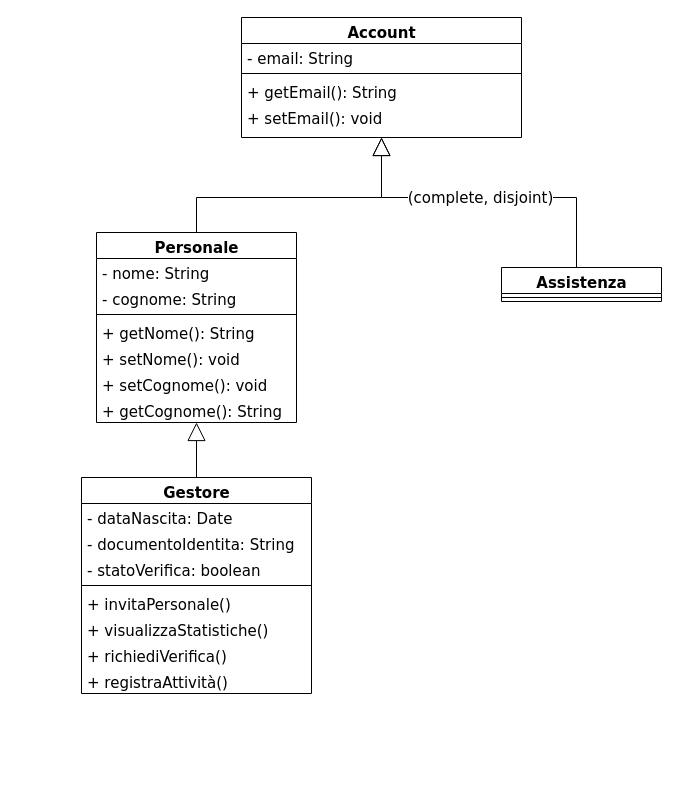
Above: page "Account" (2 of 6) of Dettaglio.drawio in Marco-Burattoni/Progetto-ids (draw.io), before the change. Source tidied: cells renumbered, new cells numbered last; positions are measured from the earlier drawing's top-left corner, leaving out a move shared by most shapes. Both pictures are drawn from the tidied source at 100%, with x=0, y=0 at pixel (81, 17).
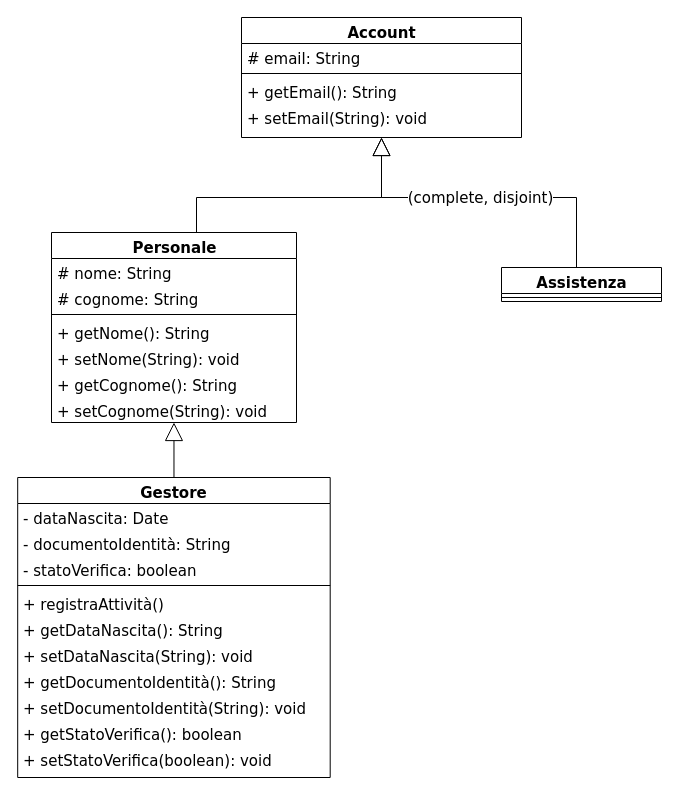
The same page after the edit.

Unchanged cells that the change refers to:
```xml
<mxCell id="19" value="Account" style="swimlane;html=1;fontStyle=1;align=center;verticalAlign=top;horizontal=1;startSize=26;swimlaneFillColor=#ffffff;rounded=0;shadow=0;comic=0;labelBackgroundColor=none;strokeWidth=1;fillColor=none;fontFamily=Verdana;fontSize=15;" parent="1" vertex="1">
  <mxGeometry x="160" width="280" height="120" as="geometry" />
</mxCell>
```

The edit, as a diff of the source:
```diff
@@
     <mxCell id="2" value="Personale" style="swimlane;html=1;fontStyle=1;align=center;verticalAlign=top;horizontal=1;startSize=26;swimlaneFillColor=#ffffff;rounded=0;shadow=0;comic=0;labelBackgroundColor=none;strokeWidth=1;fillColor=none;fontFamily=Verdana;fontSize=15;" parent="1" vertex="1">
-      <mxGeometry x="15" y="215" width="200" height="190" as="geometry" />
+      <mxGeometry x="-30" y="215" width="245" height="190" as="geometry" />
     </mxCell>
-    <mxCell id="3" value="- nome: String" style="text;html=1;strokeColor=none;fillColor=none;align=left;verticalAlign=top;spacingLeft=4;spacingRight=4;whiteSpace=wrap;overflow=hidden;fontSize=15;fontFamily=Verdana;" parent="2" vertex="1">
-      <mxGeometry y="26" width="200" height="26" as="geometry" />
+    <mxCell id="3" value="# nome: String" style="text;html=1;strokeColor=none;fillColor=none;align=left;verticalAlign=top;spacingLeft=4;spacingRight=4;whiteSpace=wrap;overflow=hidden;fontSize=15;fontFamily=Verdana;" parent="2" vertex="1">
+      <mxGeometry y="26" width="245" height="26" as="geometry" />
     </mxCell>
-    <mxCell id="4" value="- cognome: String" style="text;html=1;strokeColor=none;fillColor=none;align=left;verticalAlign=top;spacingLeft=4;spacingRight=4;whiteSpace=wrap;overflow=hidden;fontSize=15;fontFamily=Verdana;" parent="2" vertex="1">
-      <mxGeometry y="52" width="200" height="26" as="geometry" />
+    <mxCell id="4" value="# cognome: String" style="text;html=1;strokeColor=none;fillColor=none;align=left;verticalAlign=top;spacingLeft=4;spacingRight=4;whiteSpace=wrap;overflow=hidden;fontSize=15;fontFamily=Verdana;" parent="2" vertex="1">
+      <mxGeometry y="52" width="245" height="26" as="geometry" />
     </mxCell>
     <mxCell id="5" style="line;html=1;strokeWidth=1;fillColor=none;align=left;verticalAlign=middle;spacingTop=-1;spacingLeft=3;spacingRight=3;labelPosition=right;fontSize=15;fontFamily=Verdana;" parent="2" vertex="1">
-      <mxGeometry y="78" width="200" height="8" as="geometry" />
+      <mxGeometry y="78" width="245" height="8" as="geometry" />
     </mxCell>
     <mxCell id="6" value="+ getNome(): String" style="text;html=1;strokeColor=none;fillColor=none;align=left;verticalAlign=top;spacingLeft=4;spacingRight=4;whiteSpace=wrap;overflow=hidden;fontSize=15;fontFamily=Verdana;" parent="2" vertex="1">
-      <mxGeometry y="86" width="200" height="26" as="geometry" />
+      <mxGeometry y="86" width="245" height="26" as="geometry" />
     </mxCell>
-    <mxCell id="7" value="+ setNome(): void" style="text;html=1;strokeColor=none;fillColor=none;align=left;verticalAlign=top;spacingLeft=4;spacingRight=4;whiteSpace=wrap;overflow=hidden;fontSize=15;fontFamily=Verdana;" parent="2" vertex="1">
-      <mxGeometry y="112" width="200" height="26" as="geometry" />
+    <mxCell id="7" value="+ setNome(String): void" style="text;html=1;strokeColor=none;fillColor=none;align=left;verticalAlign=top;spacingLeft=4;spacingRight=4;whiteSpace=wrap;overflow=hidden;fontSize=15;fontFamily=Verdana;" parent="2" vertex="1">
+      <mxGeometry y="112" width="245" height="26" as="geometry" />
     </mxCell>
+    <mxCell id="9" value="+ getCognome(): String" style="text;html=1;strokeColor=none;fillColor=none;align=left;verticalAlign=top;spacingLeft=4;spacingRight=4;whiteSpace=wrap;overflow=hidden;fontSize=15;fontFamily=Verdana;" parent="2" vertex="1">
+      <mxGeometry y="138" width="245" height="26" as="geometry" />
+    </mxCell>
-    <mxCell id="8" value="+ setCognome(): void" style="text;html=1;strokeColor=none;fillColor=none;align=left;verticalAlign=top;spacingLeft=4;spacingRight=4;whiteSpace=wrap;overflow=hidden;fontSize=15;fontFamily=Verdana;" parent="2" vertex="1">
-      <mxGeometry y="138" width="200" height="26" as="geometry" />
+    <mxCell id="8" value="+ setCognome(String): void" style="text;html=1;strokeColor=none;fillColor=none;align=left;verticalAlign=top;spacingLeft=4;spacingRight=4;whiteSpace=wrap;overflow=hidden;fontSize=15;fontFamily=Verdana;" parent="2" vertex="1">
+      <mxGeometry y="164" width="245" height="26" as="geometry" />
     </mxCell>
-    <mxCell id="9" value="+ getCognome(): String" style="text;html=1;strokeColor=none;fillColor=none;align=left;verticalAlign=top;spacingLeft=4;spacingRight=4;whiteSpace=wrap;overflow=hidden;fontSize=15;fontFamily=Verdana;" parent="2" vertex="1">
-      <mxGeometry y="164" width="200" height="26" as="geometry" />
-    </mxCell>
     <mxCell id="10" value="Gestore" style="swimlane;html=1;fontStyle=1;align=center;verticalAlign=top;horizontal=1;startSize=26;swimlaneFillColor=#ffffff;rounded=0;shadow=0;comic=0;labelBackgroundColor=none;strokeWidth=1;fillColor=none;fontFamily=Verdana;fontSize=15;" parent="1" vertex="1">
-      <mxGeometry y="460" width="230" height="216" as="geometry" />
+      <mxGeometry x="-63.8" y="460" width="312.5" height="300" as="geometry" />
     </mxCell>
     <mxCell id="11" value="- dataNascita: Date" style="text;html=1;strokeColor=none;fillColor=none;align=left;verticalAlign=top;spacingLeft=4;spacingRight=4;whiteSpace=wrap;overflow=hidden;fontSize=15;fontFamily=Verdana;" parent="10" vertex="1">
-      <mxGeometry y="26" width="230" height="26" as="geometry" />
+      <mxGeometry y="26" width="312.5" height="26" as="geometry" />
     </mxCell>
-    <mxCell id="12" value="- documentoIdentita: String" style="text;html=1;strokeColor=none;fillColor=none;align=left;verticalAlign=top;spacingLeft=4;spacingRight=4;whiteSpace=wrap;overflow=hidden;fontSize=15;fontFamily=Verdana;" parent="10" vertex="1">
-      <mxGeometry y="52" width="230" height="26" as="geometry" />
+    <mxCell id="12" value="- documentoIdentità: String" style="text;html=1;strokeColor=none;fillColor=none;align=left;verticalAlign=top;spacingLeft=4;spacingRight=4;whiteSpace=wrap;overflow=hidden;fontSize=15;fontFamily=Verdana;" parent="10" vertex="1">
+      <mxGeometry y="52" width="312.5" height="26" as="geometry" />
     </mxCell>
     <mxCell id="13" value="- statoVerifica: boolean" style="text;html=1;strokeColor=none;fillColor=none;align=left;verticalAlign=top;spacingLeft=4;spacingRight=4;whiteSpace=wrap;overflow=hidden;fontSize=15;fontFamily=Verdana;" parent="10" vertex="1">
-      <mxGeometry y="78" width="230" height="26" as="geometry" />
+      <mxGeometry y="78" width="312.5" height="26" as="geometry" />
     </mxCell>
     <mxCell id="14" style="line;html=1;strokeWidth=1;fillColor=none;align=left;verticalAlign=middle;spacingTop=-1;spacingLeft=3;spacingRight=3;labelPosition=right;fontSize=15;fontFamily=Verdana;" parent="10" vertex="1">
-      <mxGeometry y="104" width="230" height="8" as="geometry" />
+      <mxGeometry y="104" width="312.5" height="8" as="geometry" />
     </mxCell>
-    <mxCell id="15" value="+ invitaPersonale()" style="text;html=1;strokeColor=none;fillColor=none;align=left;verticalAlign=top;spacingLeft=4;spacingRight=4;whiteSpace=wrap;overflow=hidden;fontSize=15;fontFamily=Verdana;" parent="10" vertex="1">
-      <mxGeometry y="112" width="230" height="26" as="geometry" />
-    </mxCell>
-    <mxCell id="16" value="+ visualizzaStatistiche()" style="text;html=1;strokeColor=none;fillColor=none;align=left;verticalAlign=top;spacingLeft=4;spacingRight=4;whiteSpace=wrap;overflow=hidden;fontSize=15;fontFamily=Verdana;" parent="10" vertex="1">
-      <mxGeometry y="138" width="230" height="26" as="geometry" />
-    </mxCell>
-    <mxCell id="17" value="+ richiediVerifica()" style="text;html=1;strokeColor=none;fillColor=none;align=left;verticalAlign=top;spacingLeft=4;spacingRight=4;whiteSpace=wrap;overflow=hidden;fontSize=15;fontFamily=Verdana;" parent="10" vertex="1">
-      <mxGeometry y="164" width="230" height="26" as="geometry" />
-    </mxCell>
+    <mxCell id="29" value="+ registraAttività()" style="text;html=1;strokeColor=none;fillColor=none;align=left;verticalAlign=top;spacingLeft=4;spacingRight=4;whiteSpace=wrap;overflow=hidden;fontSize=15;fontFamily=Verdana;" parent="10" vertex="1">
+      <mxGeometry y="112" width="312.5" height="26" as="geometry" />
+    </mxCell>
-    <mxCell id="18" value="+ registraAttività()" style="text;html=1;strokeColor=none;fillColor=none;align=left;verticalAlign=top;spacingLeft=4;spacingRight=4;whiteSpace=wrap;overflow=hidden;fontSize=15;fontFamily=Verdana;" parent="10" vertex="1">
-      <mxGeometry y="190" width="230" height="26" as="geometry" />
+    <mxCell id="18" value="+ getDataNascita(): String" style="text;html=1;strokeColor=none;fillColor=none;align=left;verticalAlign=top;spacingLeft=4;spacingRight=4;whiteSpace=wrap;overflow=hidden;fontSize=15;fontFamily=Verdana;" parent="10" vertex="1">
+      <mxGeometry y="138" width="312.5" height="26" as="geometry" />
     </mxCell>
+    <mxCell id="30" value="+ setDataNascita(String): void" style="text;html=1;strokeColor=none;fillColor=none;align=left;verticalAlign=top;spacingLeft=4;spacingRight=4;whiteSpace=wrap;overflow=hidden;fontSize=15;fontFamily=Verdana;" parent="10" vertex="1">
+      <mxGeometry y="164" width="312.5" height="26" as="geometry" />
+    </mxCell>
+    <mxCell id="31" value="+ getDocumentoIdentità(): String" style="text;html=1;strokeColor=none;fillColor=none;align=left;verticalAlign=top;spacingLeft=4;spacingRight=4;whiteSpace=wrap;overflow=hidden;fontSize=15;fontFamily=Verdana;" parent="10" vertex="1">
+      <mxGeometry y="190" width="312.5" height="26" as="geometry" />
+    </mxCell>
+    <mxCell id="32" value="+ setDocumentoIdentità(String): void" style="text;html=1;strokeColor=none;fillColor=none;align=left;verticalAlign=top;spacingLeft=4;spacingRight=4;whiteSpace=wrap;overflow=hidden;fontSize=15;fontFamily=Verdana;" parent="10" vertex="1">
+      <mxGeometry y="216" width="312.5" height="26" as="geometry" />
+    </mxCell>
+    <mxCell id="33" value="+ getStatoVerifica(): boolean" style="text;html=1;strokeColor=none;fillColor=none;align=left;verticalAlign=top;spacingLeft=4;spacingRight=4;whiteSpace=wrap;overflow=hidden;fontSize=15;fontFamily=Verdana;" parent="10" vertex="1">
+      <mxGeometry y="242" width="312.5" height="26" as="geometry" />
+    </mxCell>
+    <mxCell id="34" value="+ setStatoVerifica(boolean): void" style="text;html=1;strokeColor=none;fillColor=none;align=left;verticalAlign=top;spacingLeft=4;spacingRight=4;whiteSpace=wrap;overflow=hidden;fontSize=15;fontFamily=Verdana;" parent="10" vertex="1">
+      <mxGeometry y="268" width="312.5" height="26" as="geometry" />
+    </mxCell>
@@
-    <mxCell id="20" value="- email: String" style="text;html=1;strokeColor=none;fillColor=none;align=left;verticalAlign=top;spacingLeft=4;spacingRight=4;whiteSpace=wrap;overflow=hidden;fontSize=15;fontFamily=Verdana;" parent="19" vertex="1">
+    <mxCell id="20" value="# email: String" style="text;html=1;strokeColor=none;fillColor=none;align=left;verticalAlign=top;spacingLeft=4;spacingRight=4;whiteSpace=wrap;overflow=hidden;fontSize=15;fontFamily=Verdana;" parent="19" vertex="1">
       <mxGeometry y="26" width="280" height="26" as="geometry" />
     </mxCell>
@@
-    <mxCell id="23" value="+ setEmail(): void" style="text;html=1;strokeColor=none;fillColor=none;align=left;verticalAlign=top;spacingLeft=4;spacingRight=4;whiteSpace=wrap;overflow=hidden;fontSize=15;fontFamily=Verdana;" parent="19" vertex="1">
+    <mxCell id="23" value="+ setEmail(String): void" style="text;html=1;strokeColor=none;fillColor=none;align=left;verticalAlign=top;spacingLeft=4;spacingRight=4;whiteSpace=wrap;overflow=hidden;fontSize=15;fontFamily=Verdana;" parent="19" vertex="1">
       <mxGeometry y="86" width="280" height="26" as="geometry" />
     </mxCell>
```
